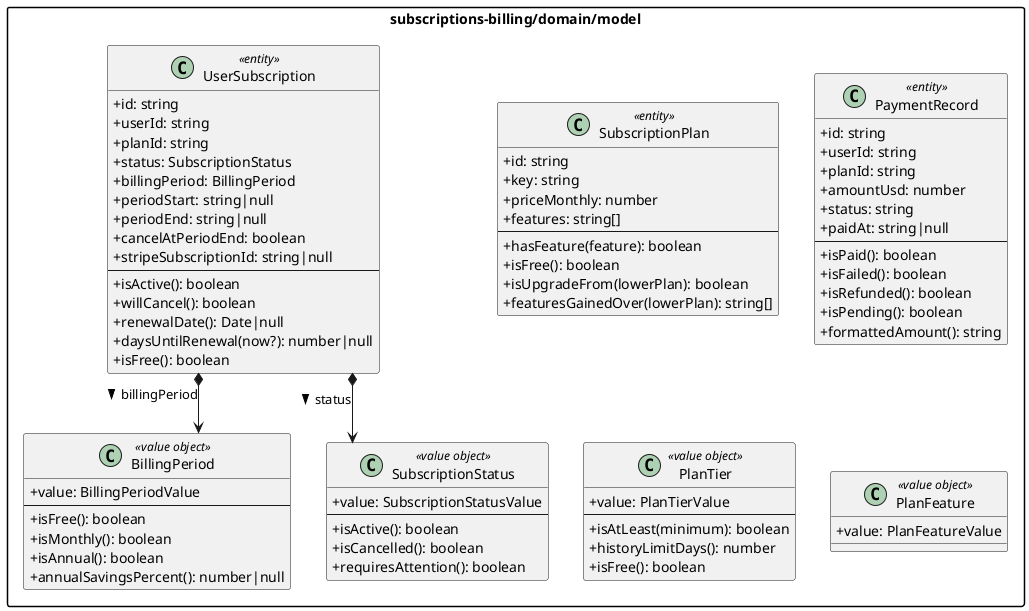
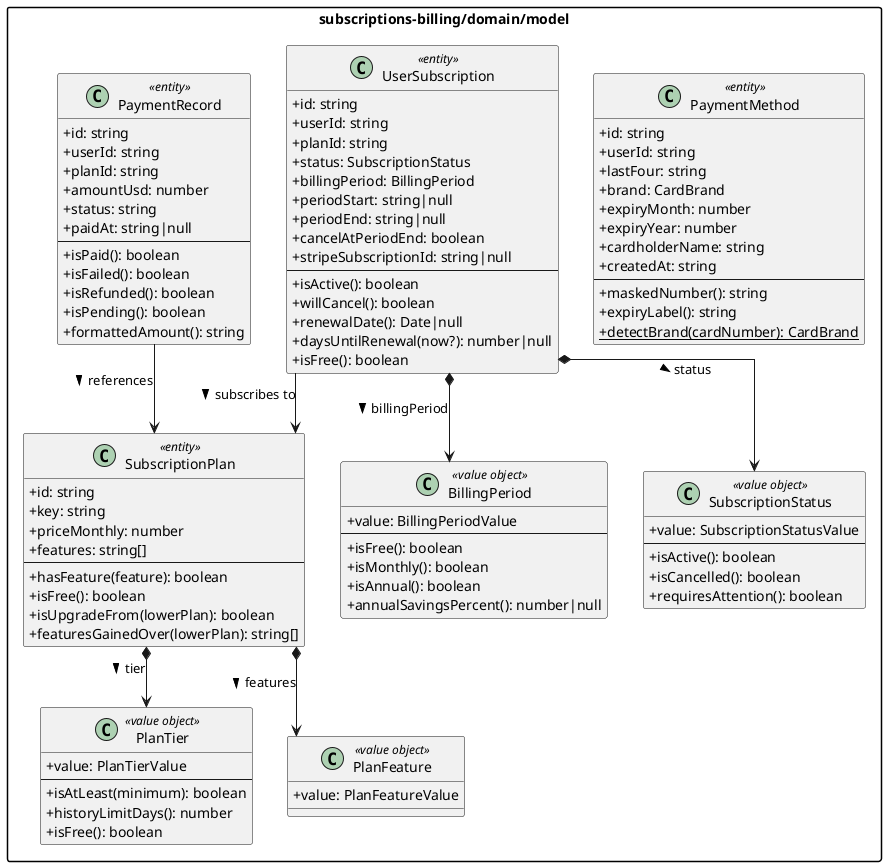
﻿@startuml
skinparam monochrome false
skinparam classAttributeIconSize 0
skinparam packageStyle rectangle
skinparam linetype ortho

package "subscriptions-billing/domain/model" {
+ 
+   class PaymentMethod <<entity>> {
+     + id: string
+     + userId: string
+     + lastFour: string
+     + brand: CardBrand
+     + expiryMonth: number
+     + expiryYear: number
+     + cardholderName: string
+     + createdAt: string
+     --
+     + maskedNumber(): string
+     + expiryLabel(): string
+     + {static} detectBrand(cardNumber): CardBrand
+   }

  class SubscriptionPlan <<entity>> {
    + id: string
    + key: string
    + priceMonthly: number
    + features: string[]
    --
    + hasFeature(feature): boolean
    + isFree(): boolean
    + isUpgradeFrom(lowerPlan): boolean
    + featuresGainedOver(lowerPlan): string[]
  }

  class UserSubscription <<entity>> {
    + id: string
    + userId: string
    + planId: string
    + status: SubscriptionStatus
    + billingPeriod: BillingPeriod
    + periodStart: string|null
    + periodEnd: string|null
    + cancelAtPeriodEnd: boolean
    + stripeSubscriptionId: string|null
    --
    + isActive(): boolean
    + willCancel(): boolean
    + renewalDate(): Date|null
    + daysUntilRenewal(now?): number|null
    + isFree(): boolean
  }

  class PaymentRecord <<entity>> {
    + id: string
    + userId: string
    + planId: string
    + amountUsd: number
    + status: string
    + paidAt: string|null
    --
    + isPaid(): boolean
    + isFailed(): boolean
    + isRefunded(): boolean
    + isPending(): boolean
    + formattedAmount(): string
  }

  class BillingPeriod <<value object>> {
    + value: BillingPeriodValue
    --
    + isFree(): boolean
    + isMonthly(): boolean
    + isAnnual(): boolean
    + annualSavingsPercent(): number|null
  }

  class SubscriptionStatus <<value object>> {
    + value: SubscriptionStatusValue
    --
    + isActive(): boolean
    + isCancelled(): boolean
    + requiresAttention(): boolean
  }

  class PlanTier <<value object>> {
    + value: PlanTierValue
    --
    + isAtLeast(minimum): boolean
    + historyLimitDays(): number
    + isFree(): boolean
  }

  class PlanFeature <<value object>> {
    + value: PlanFeatureValue
  }
}

UserSubscription *--> SubscriptionStatus : status >
UserSubscription *--> BillingPeriod : billingPeriod >
+ UserSubscription --> SubscriptionPlan : subscribes to >
+ SubscriptionPlan *--> PlanTier : tier >
+ SubscriptionPlan *--> PlanFeature : features >
+ PaymentRecord --> SubscriptionPlan : references >

@enduml
